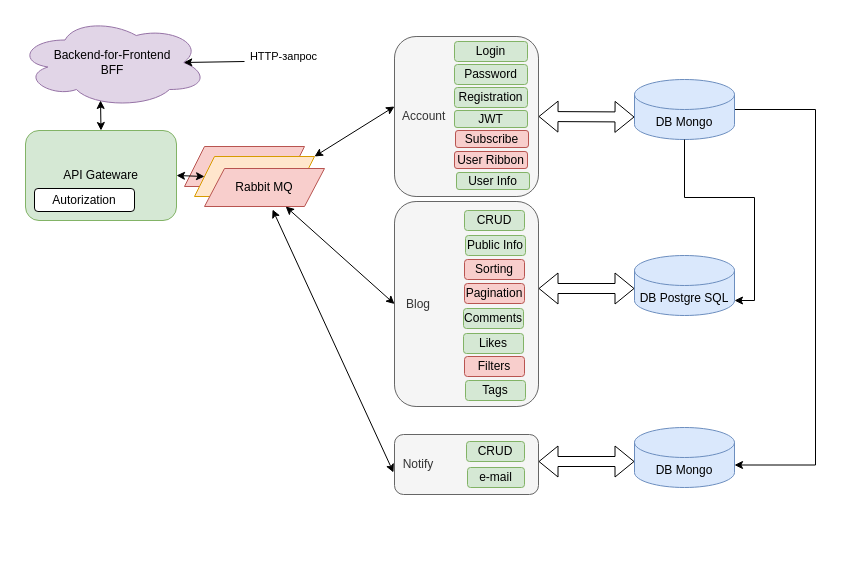
Before: specification.drawio in htmlacademy-nestjs/2270551-readme-5, a draw.io diagram. Source tidied: cells renumbered, new cells numbered last; positions are measured from the earlier drawing's top-left corner, leaving out a move shared by most shapes. Both pictures are drawn from the tidied source at 100%, with x=0, y=0 at pixel (17, 17).
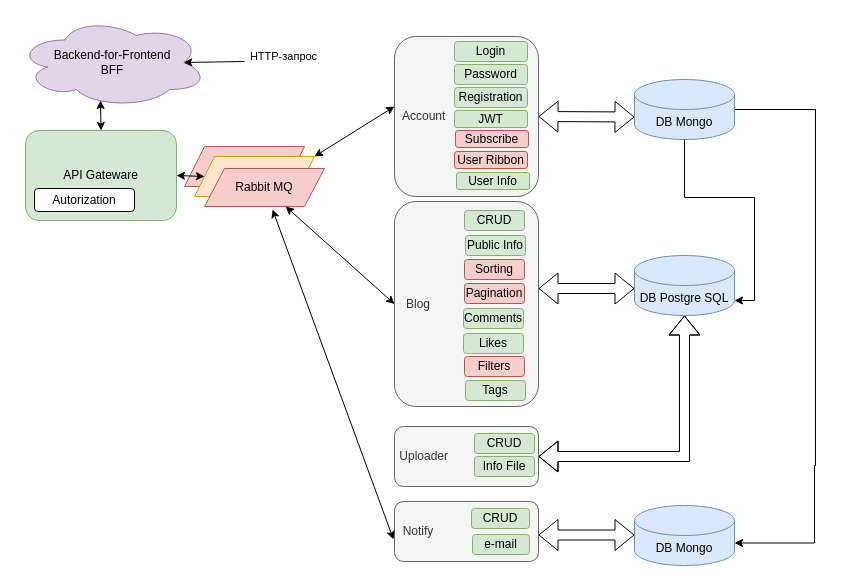
The same page after the edit.

Unchanged cells that the change refers to:
```xml
<mxCell id="8" value="DB Mongo" style="shape=cylinder3;whiteSpace=wrap;html=1;boundedLbl=1;backgroundOutline=1;size=15;fillColor=#dae8fc;strokeColor=#6c8ebf;" parent="1" vertex="1">
  <mxGeometry x="617" y="62" width="100" height="60" as="geometry" />
</mxCell>
```

Diff of the diagram source:
```diff
@@
     <mxCell id="6" value="&lt;div style=&quot;&quot;&gt;&lt;div style=&quot;&quot;&gt;&amp;nbsp; Notify&lt;/div&gt;&lt;/div&gt;" style="rounded=1;whiteSpace=wrap;html=1;fillColor=#f5f5f5;fontColor=#333333;strokeColor=#666666;align=left;" parent="1" vertex="1">
-      <mxGeometry x="377" y="417" width="144" height="60" as="geometry" />
+      <mxGeometry x="377" y="484" width="144" height="60" as="geometry" />
     </mxCell>
     <mxCell id="7" style="edgeStyle=orthogonalEdgeStyle;rounded=0;jettySize=auto;html=1;exitX=1;exitY=0.5;exitDx=0;exitDy=0;exitPerimeter=0;entryX=1;entryY=0;entryDx=0;entryDy=37.5;entryPerimeter=0;" parent="1" edge="1" source="8" target="36">
       <mxGeometry relative="1" as="geometry">
         <Array as="points">
           <mxPoint x="798" y="92" />
           <mxPoint x="798" y="448" />
+          <mxPoint x="797" y="448" />
+          <mxPoint x="797" y="526" />
         </Array>
       </mxGeometry>
     </mxCell>
@@
     <mxCell id="16" value="e-mail" style="rounded=1;whiteSpace=wrap;html=1;fillColor=#d5e8d4;strokeColor=#82b366;" parent="1" vertex="1">
-      <mxGeometry x="450" y="450" width="57" height="20" as="geometry" />
+      <mxGeometry x="455" y="517" width="57" height="20" as="geometry" />
     </mxCell>
@@
     <mxCell id="34" value="CRUD" style="rounded=1;whiteSpace=wrap;html=1;fillColor=#d5e8d4;strokeColor=#82b366;" parent="1" vertex="1">
-      <mxGeometry x="449" y="424" width="58" height="20" as="geometry" />
+      <mxGeometry x="454" y="491" width="58" height="20" as="geometry" />
     </mxCell>
     <mxCell id="35" style="shape=flexArrow;endArrow=classic;startArrow=classic;html=1;rounded=0;exitX=1;exitY=0.5;exitDx=0;exitDy=0;" parent="1" edge="1">
       <mxGeometry relative="1" as="geometry">
-        <mxPoint x="521" y="444" as="sourcePoint" />
-        <mxPoint x="617" y="444" as="targetPoint" />
+        <mxPoint x="521" y="517.5" as="sourcePoint" />
+        <mxPoint x="617" y="517.5" as="targetPoint" />
       </mxGeometry>
     </mxCell>
     <mxCell id="36" value="DB Mongo" style="shape=cylinder3;whiteSpace=wrap;html=1;boundedLbl=1;backgroundOutline=1;size=15;fillColor=#dae8fc;strokeColor=#6c8ebf;" parent="1" vertex="1">
-      <mxGeometry x="617" y="410" width="100" height="60" as="geometry" />
+      <mxGeometry x="617" y="488" width="100" height="60" as="geometry" />
     </mxCell>
@@
+    <mxCell id="42" value="&lt;div style=&quot;&quot;&gt;&lt;div style=&quot;&quot;&gt;&amp;nbsp;Uploader&lt;/div&gt;&lt;/div&gt;" style="rounded=1;whiteSpace=wrap;html=1;fillColor=#f5f5f5;fontColor=#333333;strokeColor=#666666;align=left;" parent="1" vertex="1">
+      <mxGeometry x="377" y="409" width="144" height="60" as="geometry" />
+    </mxCell>
+    <mxCell id="43" value="CRUD" style="rounded=1;whiteSpace=wrap;html=1;fillColor=#d5e8d4;strokeColor=#82b366;" parent="1" vertex="1">
+      <mxGeometry x="457" y="416" width="60" height="20" as="geometry" />
+    </mxCell>
+    <mxCell id="44" value="Info File" style="rounded=1;whiteSpace=wrap;html=1;fillColor=#d5e8d4;strokeColor=#82b366;" parent="1" vertex="1">
+      <mxGeometry x="457" y="439" width="60" height="20" as="geometry" />
+    </mxCell>
+    <mxCell id="45" style="shape=flexArrow;endArrow=classic;startArrow=classic;html=1;rounded=0;exitX=1;exitY=0.5;exitDx=0;exitDy=0;" parent="1" edge="1" source="42">
+      <mxGeometry relative="1" as="geometry">
+        <mxPoint x="667" y="298" as="targetPoint" />
+        <Array as="points">
+          <mxPoint x="667" y="439" />
+        </Array>
+      </mxGeometry>
+    </mxCell>
```
